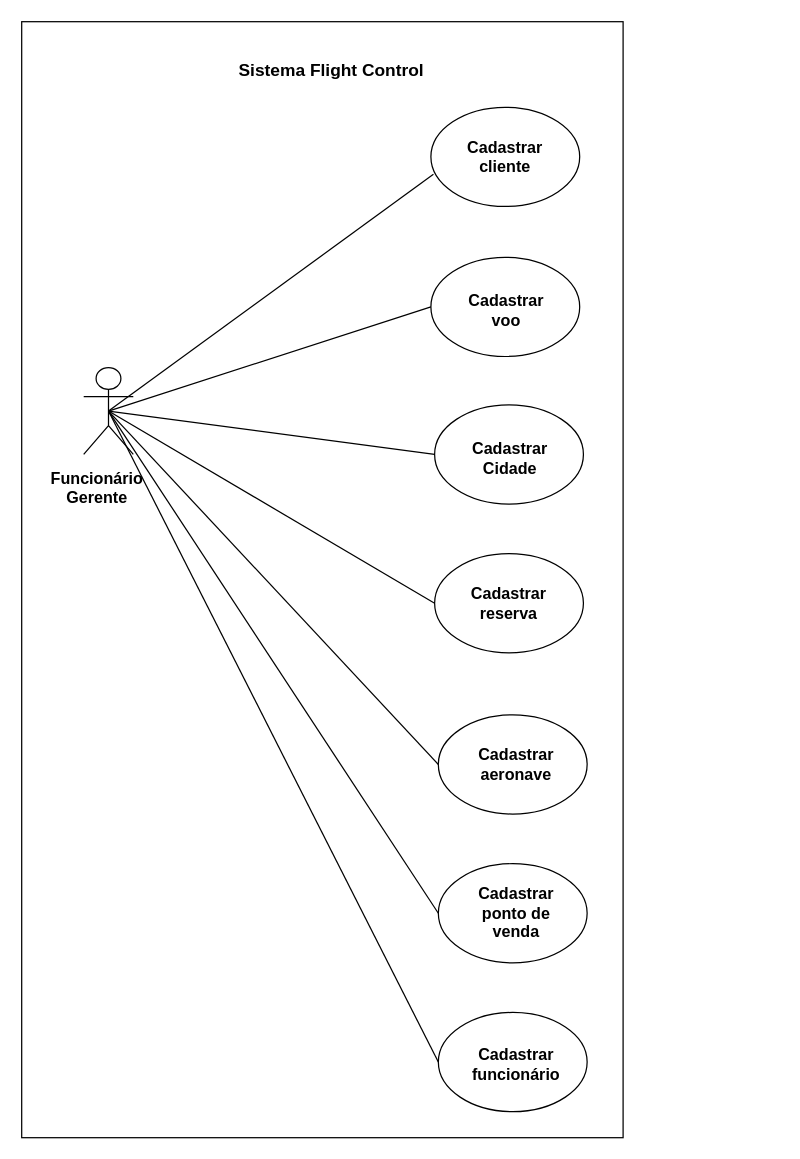
This is Case_FC_.drawio from natspeixoto/Eng_Softwr_II, a draw.io file, before an edit. Source tidied: cells renumbered, new cells numbered last; positions are measured from the earlier drawing's top-left corner, leaving out a move shared by most shapes. Both pictures are drawn from the tidied source at 124%, with x=0, y=0 at pixel (21, 21).
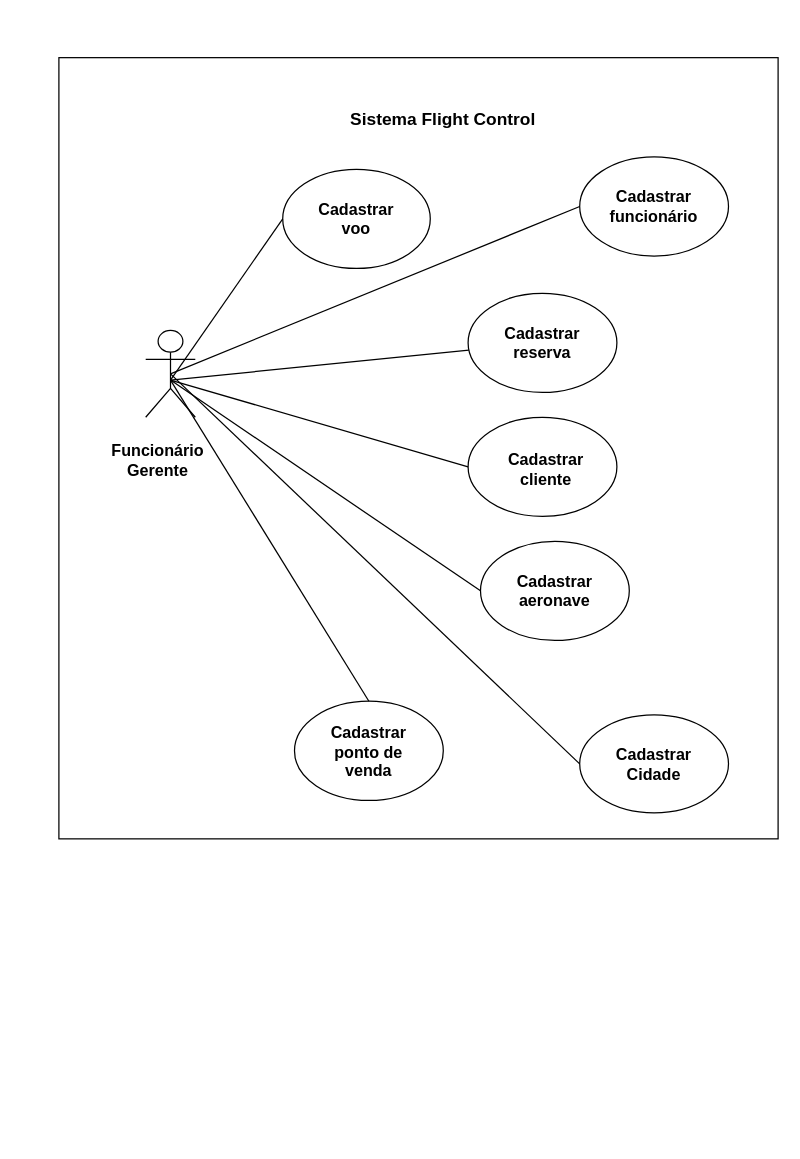
The same page after the edit.

The edit, as a diff of the source:
```diff
@@
     <mxCell id="2" style="rounded=0;whiteSpace=wrap;html=1;" parent="1" vertex="1">
-      <mxGeometry width="485" height="900" as="geometry" />
+      <mxGeometry x="30" y="29" width="580" height="630" as="geometry" />
     </mxCell>
     <mxCell id="3" value="Sistema Flight Control" style="text;html=1;strokeColor=none;fillColor=none;align=center;verticalAlign=middle;whiteSpace=wrap;rounded=0;fontStyle=1;fontSize=14;" parent="1" vertex="1">
-      <mxGeometry x="170" y="29" width="160" height="20" as="geometry" />
+      <mxGeometry x="260" y="69" width="160" height="20" as="geometry" />
     </mxCell>
     <mxCell id="4" style="shape=umlActor;verticalLabelPosition=bottom;verticalAlign=top;html=1;outlineConnect=0;fontSize=14;" parent="1" vertex="1">
-      <mxGeometry x="50" y="279" width="40" height="70" as="geometry" />
+      <mxGeometry x="100" y="249" width="40" height="70" as="geometry" />
     </mxCell>
     <mxCell id="5" style="ellipse;whiteSpace=wrap;html=1;fontSize=14;" parent="1" vertex="1">
-      <mxGeometry x="330" y="69" width="120" height="80" as="geometry" />
+      <mxGeometry x="360" y="319" width="120" height="80" as="geometry" />
     </mxCell>
     <mxCell id="6" style="ellipse;whiteSpace=wrap;html=1;fontSize=14;" parent="1" vertex="1">
-      <mxGeometry x="330" y="190" width="120" height="80" as="geometry" />
+      <mxGeometry x="210.5" y="119" width="119" height="80" as="geometry" />
     </mxCell>
     <mxCell id="7" style="ellipse;whiteSpace=wrap;html=1;fontSize=14;" parent="1" vertex="1">
-      <mxGeometry x="333" y="309" width="120" height="80" as="geometry" />
+      <mxGeometry x="370" y="419" width="120" height="80" as="geometry" />
     </mxCell>
     <mxCell id="8" style="ellipse;whiteSpace=wrap;html=1;fontSize=14;" parent="1" vertex="1">
-      <mxGeometry x="333" y="429" width="120" height="80" as="geometry" />
+      <mxGeometry x="360" y="219" width="120" height="80" as="geometry" />
     </mxCell>
-    <mxCell id="9" style="ellipse;whiteSpace=wrap;html=1;fontSize=14;" parent="1" vertex="1">
-      <mxGeometry x="336" y="559" width="120" height="80" as="geometry" />
-    </mxCell>
     <mxCell id="10" style="ellipse;whiteSpace=wrap;html=1;fontSize=14;" parent="1" vertex="1">
-      <mxGeometry x="336" y="679" width="120" height="80" as="geometry" />
+      <mxGeometry x="220" y="548" width="120" height="80" as="geometry" />
     </mxCell>
     <mxCell id="11" style="ellipse;whiteSpace=wrap;html=1;fontSize=14;" parent="1" vertex="1">
-      <mxGeometry x="336" y="799" width="120" height="80" as="geometry" />
+      <mxGeometry x="450" y="109" width="120" height="80" as="geometry" />
     </mxCell>
-    <mxCell id="12" style="endArrow=none;html=1;fontSize=14;entryX=0.017;entryY=0.675;entryDx=0;entryDy=0;entryPerimeter=0;exitX=0.5;exitY=0.5;exitDx=0;exitDy=0;exitPerimeter=0;" parent="1" edge="1" source="4" target="5">
-      <mxGeometry relative="1" as="geometry" />
-    </mxCell>
-    <mxCell id="13" style="endArrow=none;html=1;fontSize=14;entryX=0;entryY=0.5;entryDx=0;entryDy=0;exitX=0.5;exitY=0.5;exitDx=0;exitDy=0;exitPerimeter=0;" parent="1" edge="1" source="4" target="6">
-      <mxGeometry relative="1" as="geometry" />
-    </mxCell>
-    <mxCell id="14" style="endArrow=none;html=1;fontSize=14;entryX=0;entryY=0.5;entryDx=0;entryDy=0;exitX=0.5;exitY=0.5;exitDx=0;exitDy=0;exitPerimeter=0;" parent="1" edge="1" source="4" target="7">
-      <mxGeometry relative="1" as="geometry" />
-    </mxCell>
-    <mxCell id="15" style="endArrow=none;html=1;fontSize=14;entryX=0;entryY=0.5;entryDx=0;entryDy=0;exitX=0.5;exitY=0.5;exitDx=0;exitDy=0;exitPerimeter=0;" parent="1" edge="1" source="4" target="8">
-      <mxGeometry relative="1" as="geometry" />
-    </mxCell>
-    <mxCell id="16" style="endArrow=none;html=1;fontSize=14;exitX=0.5;exitY=0.5;exitDx=0;exitDy=0;exitPerimeter=0;entryX=0;entryY=0.5;entryDx=0;entryDy=0;" parent="1" edge="1" source="4" target="9">
-      <mxGeometry relative="1" as="geometry" />
-    </mxCell>
-    <mxCell id="17" style="endArrow=none;html=1;fontSize=14;entryX=0;entryY=0.5;entryDx=0;entryDy=0;exitX=0.5;exitY=0.5;exitDx=0;exitDy=0;exitPerimeter=0;" parent="1" edge="1" source="4" target="10">
-      <mxGeometry relative="1" as="geometry" />
-    </mxCell>
-    <mxCell id="18" style="endArrow=none;html=1;fontSize=14;entryX=0;entryY=0.5;entryDx=0;entryDy=0;" parent="1" edge="1" target="11">
-      <mxGeometry relative="1" as="geometry">
-        <mxPoint x="70" y="314" as="sourcePoint" />
-      </mxGeometry>
-    </mxCell>
     <mxCell id="19" value="Funcionário&lt;br&gt;Gerente" style="text;html=1;strokeColor=none;fillColor=none;align=center;verticalAlign=middle;whiteSpace=wrap;rounded=0;fontSize=13;fontStyle=1;" parent="1" vertex="1">
-      <mxGeometry x="41" y="366" width="40" height="20" as="geometry" />
+      <mxGeometry x="90" y="344" width="40" height="20" as="geometry" />
     </mxCell>
     <mxCell id="20" value="Cadastrar&lt;br&gt;cliente" style="text;html=1;strokeColor=none;fillColor=none;align=center;verticalAlign=middle;whiteSpace=wrap;rounded=0;fontSize=13;fontStyle=1;" parent="1" vertex="1">
-      <mxGeometry x="370" y="99" width="40" height="20" as="geometry" />
+      <mxGeometry x="403" y="351" width="40" height="20" as="geometry" />
     </mxCell>
     <mxCell id="21" value="Cadastrar&lt;br&gt;voo" style="text;html=1;strokeColor=none;fillColor=none;align=center;verticalAlign=middle;whiteSpace=wrap;rounded=0;fontSize=13;fontStyle=1;" parent="1" vertex="1">
-      <mxGeometry x="371" y="223" width="40" height="20" as="geometry" />
+      <mxGeometry x="250" y="149" width="40" height="20" as="geometry" />
     </mxCell>
-    <mxCell id="22" value="Cadastrar&lt;br&gt;Cidade" style="text;html=1;strokeColor=none;fillColor=none;align=center;verticalAlign=middle;whiteSpace=wrap;rounded=0;fontSize=13;fontStyle=1;" parent="1" vertex="1">
-      <mxGeometry x="374" y="342" width="40" height="20" as="geometry" />
-    </mxCell>
     <mxCell id="23" value="Cadastrar&lt;br&gt;aeronave" style="text;html=1;strokeColor=none;fillColor=none;align=center;verticalAlign=middle;whiteSpace=wrap;rounded=0;fontSize=13;fontStyle=1;" parent="1" vertex="1">
-      <mxGeometry x="379" y="589" width="40" height="20" as="geometry" />
+      <mxGeometry x="410" y="449" width="40" height="20" as="geometry" />
     </mxCell>
     <mxCell id="24" value="Cadastrar&lt;br&gt;ponto de venda" style="text;html=1;strokeColor=none;fillColor=none;align=center;verticalAlign=middle;whiteSpace=wrap;rounded=0;fontSize=13;fontStyle=1;" parent="1" vertex="1">
-      <mxGeometry x="379" y="709" width="40" height="20" as="geometry" />
+      <mxGeometry x="260" y="578.5" width="40" height="20" as="geometry" />
     </mxCell>
     <mxCell id="25" value="Cadastrar&lt;br&gt;funcionário" style="text;html=1;strokeColor=none;fillColor=none;align=center;verticalAlign=middle;whiteSpace=wrap;rounded=0;fontSize=13;fontStyle=1;" parent="1" vertex="1">
-      <mxGeometry x="379" y="831" width="40" height="20" as="geometry" />
+      <mxGeometry x="490" y="139" width="40" height="20" as="geometry" />
     </mxCell>
     <mxCell id="26" value="Cadastrar&lt;br&gt;reserva&lt;br&gt;" style="text;html=1;strokeColor=none;fillColor=none;align=center;verticalAlign=middle;whiteSpace=wrap;rounded=0;fontSize=13;fontStyle=1;" parent="1" vertex="1">
-      <mxGeometry x="373" y="459" width="40" height="20" as="geometry" />
+      <mxGeometry x="400" y="249" width="40" height="20" as="geometry" />
     </mxCell>
+    <mxCell id="27" style="ellipse;whiteSpace=wrap;html=1;fontSize=14;" parent="1" vertex="1">
+      <mxGeometry x="450" y="559" width="120" height="79" as="geometry" />
+    </mxCell>
+    <mxCell id="22" value="Cadastrar&lt;br&gt;Cidade" style="text;html=1;strokeColor=none;fillColor=none;align=center;verticalAlign=middle;whiteSpace=wrap;rounded=0;fontSize=13;fontStyle=1;" parent="1" vertex="1">
+      <mxGeometry x="490" y="588.5" width="40" height="20" as="geometry" />
+    </mxCell>
+    <mxCell id="28" style="endArrow=none;html=1;fontSize=13;exitX=0.5;exitY=0.5;exitDx=0;exitDy=0;exitPerimeter=0;entryX=0;entryY=0.5;entryDx=0;entryDy=0;" parent="1" edge="1" source="4" target="11">
+      <mxGeometry relative="1" as="geometry" />
+    </mxCell>
+    <mxCell id="29" style="endArrow=none;html=1;fontSize=13;entryX=0;entryY=0.5;entryDx=0;entryDy=0;" parent="1" edge="1" target="6">
+      <mxGeometry relative="1" as="geometry">
+        <mxPoint x="120" y="289" as="sourcePoint" />
+      </mxGeometry>
+    </mxCell>
+    <mxCell id="30" style="endArrow=none;html=1;fontSize=13;" parent="1" edge="1" target="8">
+      <mxGeometry relative="1" as="geometry">
+        <mxPoint x="120" y="289" as="sourcePoint" />
+      </mxGeometry>
+    </mxCell>
+    <mxCell id="31" style="endArrow=none;html=1;fontSize=13;entryX=0;entryY=0.5;entryDx=0;entryDy=0;" parent="1" edge="1" target="5">
+      <mxGeometry relative="1" as="geometry">
+        <mxPoint x="120" y="289" as="sourcePoint" />
+      </mxGeometry>
+    </mxCell>
+    <mxCell id="32" style="endArrow=none;html=1;fontSize=13;entryX=0;entryY=0.5;entryDx=0;entryDy=0;" parent="1" edge="1" target="7">
+      <mxGeometry relative="1" as="geometry">
+        <mxPoint x="120" y="289" as="sourcePoint" />
+      </mxGeometry>
+    </mxCell>
+    <mxCell id="33" style="endArrow=none;html=1;fontSize=13;exitX=0.5;exitY=0.5;exitDx=0;exitDy=0;exitPerimeter=0;entryX=0;entryY=0.5;entryDx=0;entryDy=0;" parent="1" edge="1" source="4" target="27">
+      <mxGeometry relative="1" as="geometry" />
+    </mxCell>
+    <mxCell id="34" style="endArrow=none;html=1;fontSize=13;entryX=0.5;entryY=0;entryDx=0;entryDy=0;" parent="1" edge="1" target="10">
+      <mxGeometry relative="1" as="geometry">
+        <mxPoint x="120" y="289" as="sourcePoint" />
+      </mxGeometry>
+    </mxCell>
```
